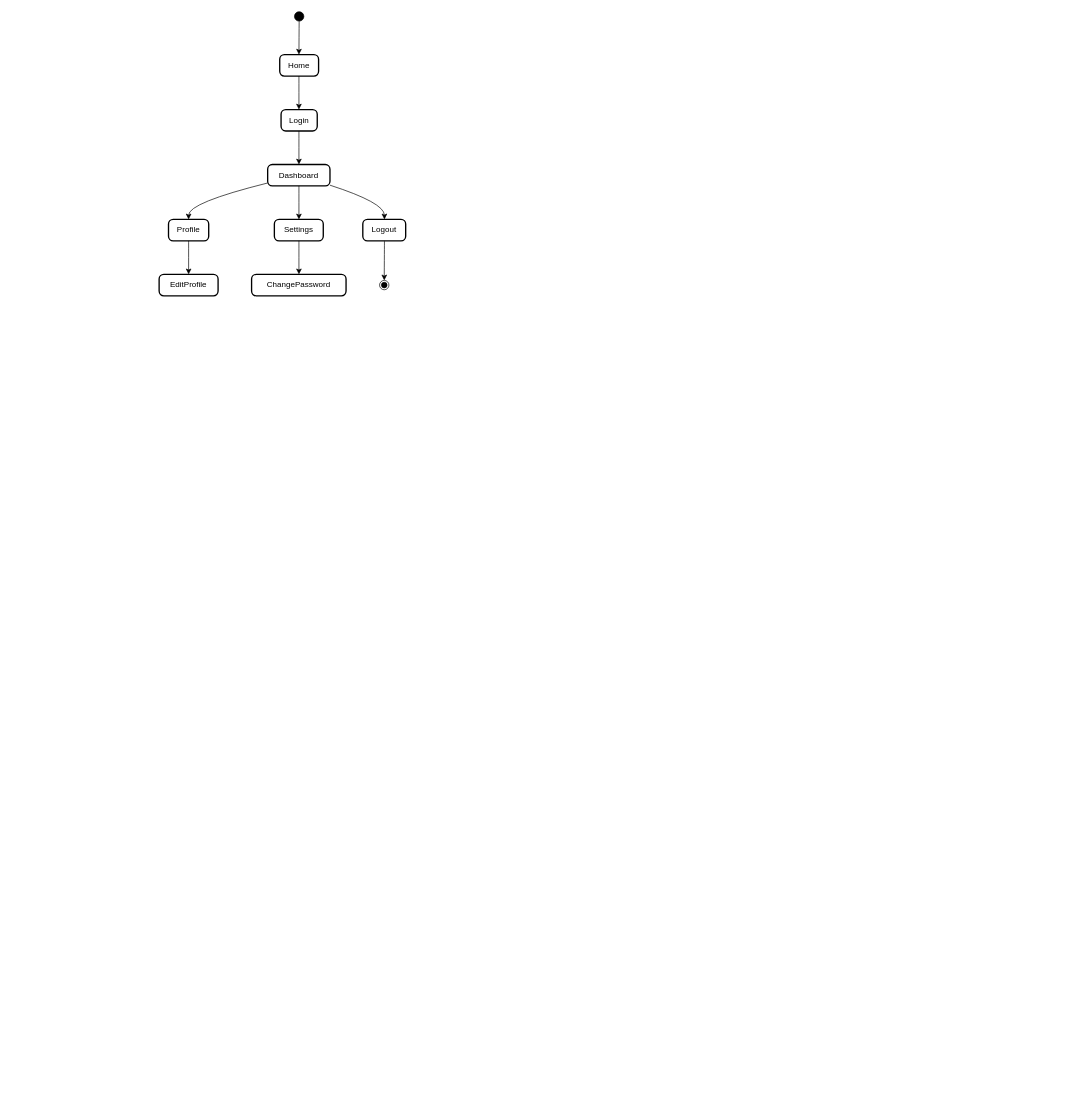
Before: Diagram bez tytułu.drawio in igregor/drawio-files, a draw.io diagram. Source tidied: cells renumbered, new cells numbered last; positions are measured from the earlier drawing's top-left corner, leaving out a move shared by most shapes. Both pictures are drawn from the tidied source at 67%, with x=0, y=0 at pixel (159, 11).
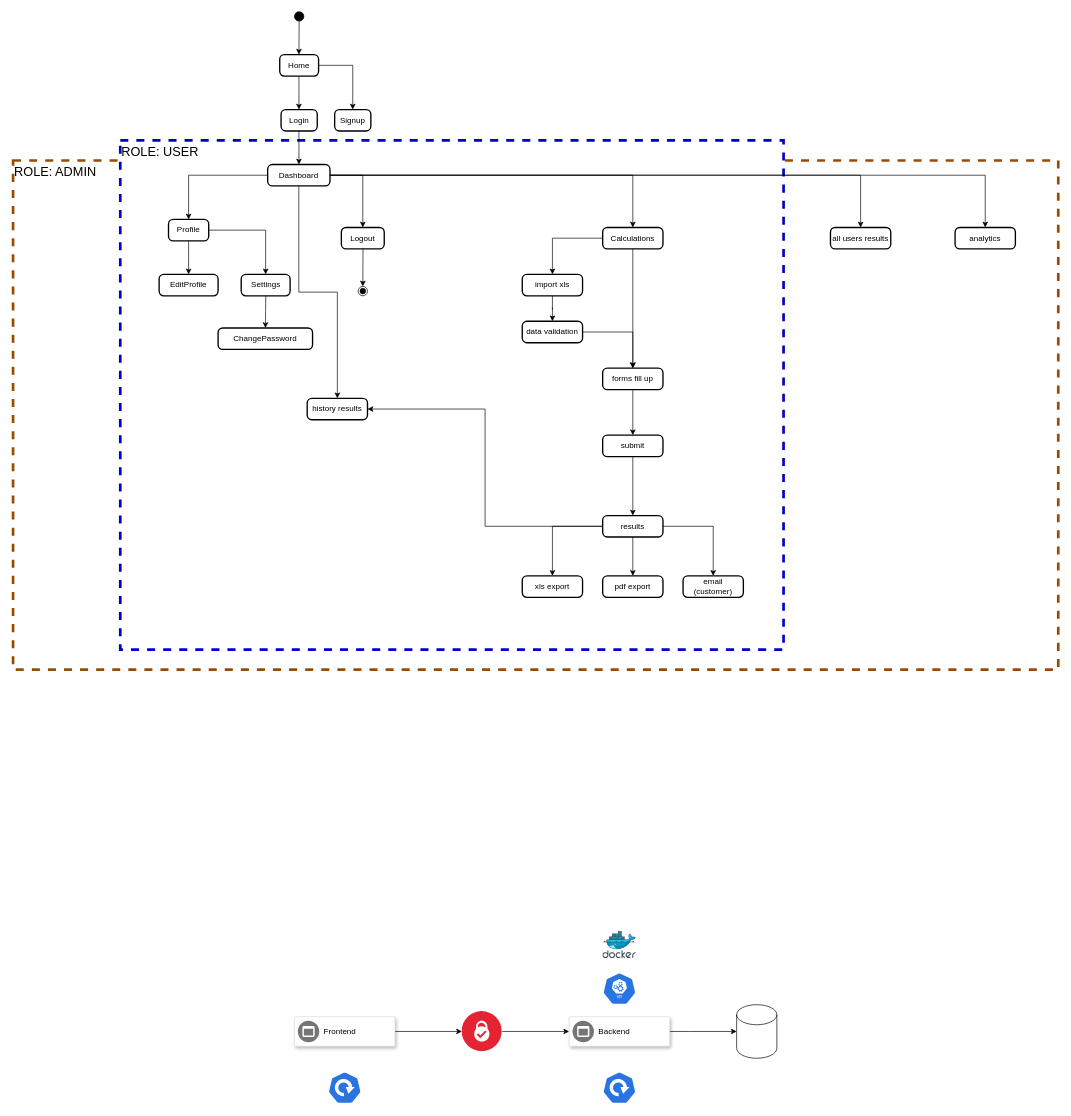
The same diagram, later.

The change refers to these unchanged cells:
```xml
<mxCell id="3" value="Home" style="rounded=1;absoluteArcSize=1;arcSize=14;whiteSpace=wrap;strokeWidth=2;" parent="1" vertex="1">
  <mxGeometry x="180" y="64" width="58" height="32" as="geometry" />
</mxCell>
<mxCell id="5" value="Dashboard" style="rounded=1;absoluteArcSize=1;arcSize=14;whiteSpace=wrap;strokeWidth=2;" parent="1" vertex="1">
  <mxGeometry x="162" y="228" width="93" height="32" as="geometry" />
</mxCell>
<mxCell id="6" value="Profile" style="rounded=1;absoluteArcSize=1;arcSize=14;whiteSpace=wrap;strokeWidth=2;" parent="1" vertex="1">
  <mxGeometry x="14" y="310" width="60" height="32" as="geometry" />
</mxCell>
```

What changed in the source:
```diff
@@
+    <mxCell id="21" value="ROLE: ADMIN" style="rounded=0;whiteSpace=wrap;html=1;align=left;verticalAlign=top;fontSize=19;strokeWidth=4;dashed=1;strokeColor=#994C00;" parent="1" vertex="1">
+      <mxGeometry x="-218" y="222" width="1560" height="760" as="geometry" />
+    </mxCell>
+    <mxCell id="22" value="ROLE: USER" style="rounded=0;whiteSpace=wrap;html=1;align=left;verticalAlign=top;fontSize=19;dashed=1;strokeWidth=4;strokeColor=#0000CC;" parent="1" vertex="1">
+      <mxGeometry x="-58" y="192" width="990" height="760" as="geometry" />
+    </mxCell>
@@
+    <mxCell id="23" style="edgeStyle=orthogonalEdgeStyle;rounded=0;jettySize=auto;html=1;entryX=0.5;entryY=0;entryDx=0;entryDy=0;" parent="1" edge="1" source="3" target="29">
+      <mxGeometry relative="1" as="geometry" />
+    </mxCell>
@@
+    <mxCell id="19" style="edgeStyle=orthogonalEdgeStyle;rounded=0;jettySize=auto;html=1;entryX=0.5;entryY=0;entryDx=0;entryDy=0;" parent="1" edge="1" source="5" target="10">
+      <mxGeometry relative="1" as="geometry" />
+    </mxCell>
+    <mxCell id="15" style="edgeStyle=orthogonalEdgeStyle;rounded=0;jettySize=auto;html=1;entryX=0.5;entryY=0;entryDx=0;entryDy=0;" parent="1" edge="1" source="5" target="6">
+      <mxGeometry relative="1" as="geometry" />
+    </mxCell>
+    <mxCell id="24" style="edgeStyle=orthogonalEdgeStyle;rounded=0;jettySize=auto;html=1;entryX=0.5;entryY=0;entryDx=0;entryDy=0;" parent="1" edge="1" source="5" target="32">
+      <mxGeometry relative="1" as="geometry" />
+    </mxCell>
+    <mxCell id="25" style="edgeStyle=orthogonalEdgeStyle;rounded=0;jettySize=auto;html=1;entryX=0.5;entryY=0;entryDx=0;entryDy=0;" parent="1" edge="1" source="5" target="49">
+      <mxGeometry relative="1" as="geometry" />
+    </mxCell>
+    <mxCell id="26" style="edgeStyle=orthogonalEdgeStyle;rounded=0;jettySize=auto;html=1;entryX=0.5;entryY=0;entryDx=0;entryDy=0;" parent="1" edge="1" source="5" target="50">
+      <mxGeometry relative="1" as="geometry" />
+    </mxCell>
+    <mxCell id="27" style="edgeStyle=orthogonalEdgeStyle;rounded=0;jettySize=auto;html=1;entryX=0.5;entryY=0;entryDx=0;entryDy=0;" parent="1" edge="1" source="5" target="51">
+      <mxGeometry relative="1" as="geometry" />
+    </mxCell>
@@
+    <mxCell id="28" style="edgeStyle=orthogonalEdgeStyle;rounded=0;jettySize=auto;html=1;" parent="1" edge="1" source="6" target="7">
+      <mxGeometry relative="1" as="geometry" />
+    </mxCell>
@@
     <mxCell id="7" value="Settings" style="rounded=1;absoluteArcSize=1;arcSize=14;whiteSpace=wrap;strokeWidth=2;" parent="1" vertex="1">
-      <mxGeometry x="172" y="310" width="73" height="32" as="geometry" />
+      <mxGeometry x="122.5" y="392" width="73" height="32" as="geometry" />
     </mxCell>
@@
     <mxCell id="9" value="ChangePassword" style="rounded=1;absoluteArcSize=1;arcSize=14;whiteSpace=wrap;strokeWidth=2;" parent="1" vertex="1">
-      <mxGeometry x="138" y="392" width="141" height="32" as="geometry" />
+      <mxGeometry x="88" y="472" width="141" height="32" as="geometry" />
     </mxCell>
     <mxCell id="10" value="Logout" style="rounded=1;absoluteArcSize=1;arcSize=14;whiteSpace=wrap;strokeWidth=2;" parent="1" vertex="1">
-      <mxGeometry x="304" y="310" width="64" height="32" as="geometry" />
+      <mxGeometry x="272" y="322" width="64" height="32" as="geometry" />
     </mxCell>
     <mxCell id="11" style="ellipse;shape=endState;fillColor=strokeColor;" parent="1" vertex="1">
-      <mxGeometry x="329" y="401" width="14" height="14" as="geometry" />
+      <mxGeometry x="297" y="410" width="14" height="14" as="geometry" />
     </mxCell>
@@
-    <mxCell id="15" style="curved=1;startArrow=none;exitX=0.0003360215053763441;exitY=0.8629190093231802;entryX=0.5001953125;entryY=0;" parent="1" edge="1" source="5" target="6">
-      <mxGeometry relative="1" as="geometry">
-        <Array as="points">
-          <mxPoint x="44" y="285" />
-        </Array>
-      </mxGeometry>
-    </mxCell>
-    <mxCell id="16" style="curved=1;startArrow=none;exitX=0.5018481182795699;exitY=1;entryX=0.5023544520547946;entryY=0;" parent="1" edge="1" source="5" target="7">
-      <mxGeometry relative="1" as="geometry" />
-    </mxCell>
@@
-    <mxCell id="19" style="curved=1;startArrow=none;exitX=1.0033602150537635;exitY=0.9681475304486202;entryX=0.5050048828125;entryY=0;" parent="1" edge="1" source="5" target="10">
-      <mxGeometry relative="1" as="geometry">
-        <Array as="points">
-          <mxPoint x="336" y="285" />
-        </Array>
-      </mxGeometry>
-    </mxCell>
@@
+    <mxCell id="29" value="Signup" style="rounded=1;absoluteArcSize=1;arcSize=14;whiteSpace=wrap;strokeWidth=2;" parent="1" vertex="1">
+      <mxGeometry x="262" y="146" width="54" height="32" as="geometry" />
+    </mxCell>
+    <mxCell id="30" style="edgeStyle=orthogonalEdgeStyle;rounded=0;jettySize=auto;html=1;entryX=0.5;entryY=0;entryDx=0;entryDy=0;" parent="1" edge="1" source="32" target="34">
+      <mxGeometry relative="1" as="geometry" />
+    </mxCell>
+    <mxCell id="31" style="edgeStyle=orthogonalEdgeStyle;rounded=0;jettySize=auto;html=1;" parent="1" edge="1" source="32" target="38">
+      <mxGeometry relative="1" as="geometry" />
+    </mxCell>
+    <mxCell id="32" value="Calculations" style="rounded=1;absoluteArcSize=1;arcSize=14;whiteSpace=wrap;strokeWidth=2;" parent="1" vertex="1">
+      <mxGeometry x="662" y="322" width="90" height="32" as="geometry" />
+    </mxCell>
+    <mxCell id="33" style="edgeStyle=orthogonalEdgeStyle;rounded=0;jettySize=auto;html=1;entryX=0.5;entryY=0;entryDx=0;entryDy=0;" parent="1" edge="1" source="34" target="36">
+      <mxGeometry relative="1" as="geometry" />
+    </mxCell>
+    <mxCell id="34" value="import xls" style="rounded=1;absoluteArcSize=1;arcSize=14;whiteSpace=wrap;strokeWidth=2;" parent="1" vertex="1">
+      <mxGeometry x="542" y="392" width="90" height="32" as="geometry" />
+    </mxCell>
+    <mxCell id="35" style="edgeStyle=orthogonalEdgeStyle;rounded=0;jettySize=auto;html=1;entryX=0.5;entryY=0;entryDx=0;entryDy=0;" parent="1" edge="1" source="36" target="38">
+      <mxGeometry relative="1" as="geometry" />
+    </mxCell>
+    <mxCell id="36" value="data validation" style="rounded=1;absoluteArcSize=1;arcSize=14;whiteSpace=wrap;strokeWidth=2;" parent="1" vertex="1">
+      <mxGeometry x="542" y="462" width="90" height="32" as="geometry" />
+    </mxCell>
+    <mxCell id="37" style="edgeStyle=orthogonalEdgeStyle;rounded=0;jettySize=auto;html=1;entryX=0.5;entryY=0;entryDx=0;entryDy=0;" parent="1" edge="1" source="38" target="40">
+      <mxGeometry relative="1" as="geometry" />
+    </mxCell>
+    <mxCell id="38" value="forms fill up" style="rounded=1;absoluteArcSize=1;arcSize=14;whiteSpace=wrap;strokeWidth=2;" parent="1" vertex="1">
+      <mxGeometry x="662" y="532" width="90" height="32" as="geometry" />
+    </mxCell>
+    <mxCell id="39" style="edgeStyle=orthogonalEdgeStyle;rounded=0;jettySize=auto;html=1;entryX=0.5;entryY=0;entryDx=0;entryDy=0;" parent="1" edge="1" source="40" target="45">
+      <mxGeometry relative="1" as="geometry" />
+    </mxCell>
+    <mxCell id="40" value="submit" style="rounded=1;absoluteArcSize=1;arcSize=14;whiteSpace=wrap;strokeWidth=2;" parent="1" vertex="1">
+      <mxGeometry x="662" y="632" width="90" height="32" as="geometry" />
+    </mxCell>
+    <mxCell id="41" style="edgeStyle=orthogonalEdgeStyle;rounded=0;jettySize=auto;html=1;entryX=0.5;entryY=0;entryDx=0;entryDy=0;" parent="1" edge="1" source="45" target="46">
+      <mxGeometry relative="1" as="geometry" />
+    </mxCell>
+    <mxCell id="42" style="edgeStyle=orthogonalEdgeStyle;rounded=0;jettySize=auto;html=1;entryX=0.5;entryY=0;entryDx=0;entryDy=0;" parent="1" edge="1" source="45" target="47">
+      <mxGeometry relative="1" as="geometry" />
+    </mxCell>
+    <mxCell id="43" style="edgeStyle=orthogonalEdgeStyle;rounded=0;jettySize=auto;html=1;" parent="1" edge="1" source="45" target="48">
+      <mxGeometry relative="1" as="geometry" />
+    </mxCell>
+    <mxCell id="44" style="edgeStyle=orthogonalEdgeStyle;rounded=0;jettySize=auto;html=1;entryX=1;entryY=0.5;entryDx=0;entryDy=0;" parent="1" edge="1" source="45" target="49">
+      <mxGeometry relative="1" as="geometry" />
+    </mxCell>
+    <mxCell id="45" value="results" style="rounded=1;absoluteArcSize=1;arcSize=14;whiteSpace=wrap;strokeWidth=2;" parent="1" vertex="1">
+      <mxGeometry x="662" y="752" width="90" height="32" as="geometry" />
+    </mxCell>
+    <mxCell id="46" value="xls export" style="rounded=1;absoluteArcSize=1;arcSize=14;whiteSpace=wrap;strokeWidth=2;" parent="1" vertex="1">
+      <mxGeometry x="542" y="842" width="90" height="32" as="geometry" />
+    </mxCell>
+    <mxCell id="47" value="pdf export" style="rounded=1;absoluteArcSize=1;arcSize=14;whiteSpace=wrap;strokeWidth=2;" parent="1" vertex="1">
+      <mxGeometry x="662" y="842" width="90" height="32" as="geometry" />
+    </mxCell>
+    <mxCell id="48" value="email (customer)" style="rounded=1;absoluteArcSize=1;arcSize=14;whiteSpace=wrap;strokeWidth=2;" parent="1" vertex="1">
+      <mxGeometry x="782" y="842" width="90" height="32" as="geometry" />
+    </mxCell>
+    <mxCell id="49" value="history results" style="rounded=1;absoluteArcSize=1;arcSize=14;whiteSpace=wrap;strokeWidth=2;" parent="1" vertex="1">
+      <mxGeometry x="221" y="577" width="90" height="32" as="geometry" />
+    </mxCell>
+    <mxCell id="50" value="all users results" style="rounded=1;absoluteArcSize=1;arcSize=14;whiteSpace=wrap;strokeWidth=2;" parent="1" vertex="1">
+      <mxGeometry x="1002" y="322" width="90" height="32" as="geometry" />
+    </mxCell>
+    <mxCell id="51" value="analytics" style="rounded=1;absoluteArcSize=1;arcSize=14;whiteSpace=wrap;strokeWidth=2;" parent="1" vertex="1">
+      <mxGeometry x="1188" y="322" width="90" height="32" as="geometry" />
+    </mxCell>
+    <mxCell id="52" style="shape=cylinder3;whiteSpace=wrap;html=1;boundedLbl=1;backgroundOutline=1;size=15;" parent="1" vertex="1">
+      <mxGeometry x="862" y="1482" width="60" height="80" as="geometry" />
+    </mxCell>
+    <mxCell id="53" style="edgeStyle=orthogonalEdgeStyle;rounded=0;jettySize=auto;html=1;" parent="1" edge="1" source="54" target="59">
+      <mxGeometry relative="1" as="geometry">
+        <Array as="points">
+          <mxPoint x="612" y="1522" />
+          <mxPoint x="612" y="1522" />
+        </Array>
+      </mxGeometry>
+    </mxCell>
+    <mxCell id="54" style="image;perimeter=ellipsePerimeter;html=1;align=center;shadow=0;dashed=0;fontColor=#4277BB;labelBackgroundColor=default;fontSize=12;spacingTop=3;image=img/lib/ibm/blockchain/certificate_authority.svg;" parent="1" vertex="1">
+      <mxGeometry x="452" y="1492" width="60" height="60" as="geometry" />
+    </mxCell>
+    <mxCell id="55" style="edgeStyle=orthogonalEdgeStyle;rounded=0;jettySize=auto;html=1;entryX=0;entryY=0.5;entryDx=0;entryDy=0;" parent="1" edge="1" source="56" target="54">
+      <mxGeometry relative="1" as="geometry" />
+    </mxCell>
+    <mxCell id="56" style="strokeColor=#dddddd;shadow=1;strokeWidth=1;rounded=1;absoluteArcSize=1;arcSize=2;" parent="1" vertex="1">
+      <mxGeometry x="202" y="1500" width="150" height="44" as="geometry" />
+    </mxCell>
+    <mxCell id="57" value="Frontend" style="sketch=0;dashed=0;html=1;fillColor=#757575;strokeColor=none;shape=mxgraph.gcp2.frontend_platform_services;labelPosition=right;verticalLabelPosition=middle;align=left;verticalAlign=middle;spacingLeft=5;fontSize=12;" parent="56" vertex="1">
+      <mxGeometry y="0.5" width="32" height="32" relative="1" as="geometry">
+        <mxPoint x="5" y="-16" as="offset" />
+      </mxGeometry>
+    </mxCell>
+    <mxCell id="58" style="edgeStyle=orthogonalEdgeStyle;rounded=0;jettySize=auto;html=1;" parent="1" edge="1" source="59" target="52">
+      <mxGeometry relative="1" as="geometry">
+        <Array as="points">
+          <mxPoint x="792" y="1522" />
+          <mxPoint x="792" y="1522" />
+        </Array>
+      </mxGeometry>
+    </mxCell>
+    <mxCell id="59" style="strokeColor=#dddddd;shadow=1;strokeWidth=1;rounded=1;absoluteArcSize=1;arcSize=2;" parent="1" vertex="1">
+      <mxGeometry x="612" y="1500" width="150" height="44" as="geometry" />
+    </mxCell>
+    <mxCell id="60" value="Backend" style="sketch=0;dashed=0;html=1;fillColor=#757575;strokeColor=none;shape=mxgraph.gcp2.frontend_platform_services;labelPosition=right;verticalLabelPosition=middle;align=left;verticalAlign=middle;spacingLeft=5;fontSize=12;" parent="59" vertex="1">
+      <mxGeometry y="0.5" width="32" height="32" relative="1" as="geometry">
+        <mxPoint x="5" y="-16" as="offset" />
+      </mxGeometry>
+    </mxCell>
+    <mxCell id="61" style="image;sketch=0;html=1;align=center;fontSize=12;image=img/lib/mscae/Docker.svg;" parent="1" vertex="1">
+      <mxGeometry x="662" y="1372" width="50" height="41" as="geometry" />
+    </mxCell>
+    <mxCell id="62" style="sketch=0;html=1;dashed=0;whitespace=wrap;fillColor=#2875E2;strokeColor=#ffffff;verticalLabelPosition=bottom;align=center;verticalAlign=top;shape=mxgraph.kubernetes.icon;prIcon=api;" parent="1" vertex="1">
+      <mxGeometry x="662" y="1434" width="50" height="48" as="geometry" />
+    </mxCell>
+    <mxCell id="63" style="sketch=0;html=1;dashed=0;whitespace=wrap;fillColor=#2875E2;strokeColor=#ffffff;verticalLabelPosition=bottom;align=center;verticalAlign=top;shape=mxgraph.kubernetes.icon;prIcon=deploy;" parent="1" vertex="1">
+      <mxGeometry x="252" y="1582" width="50" height="48" as="geometry" />
+    </mxCell>
+    <mxCell id="64" style="sketch=0;html=1;dashed=0;whitespace=wrap;fillColor=#2875E2;strokeColor=#ffffff;verticalLabelPosition=bottom;align=center;verticalAlign=top;shape=mxgraph.kubernetes.icon;prIcon=deploy;" parent="1" vertex="1">
+      <mxGeometry x="662" y="1582" width="50" height="48" as="geometry" />
+    </mxCell>
```
